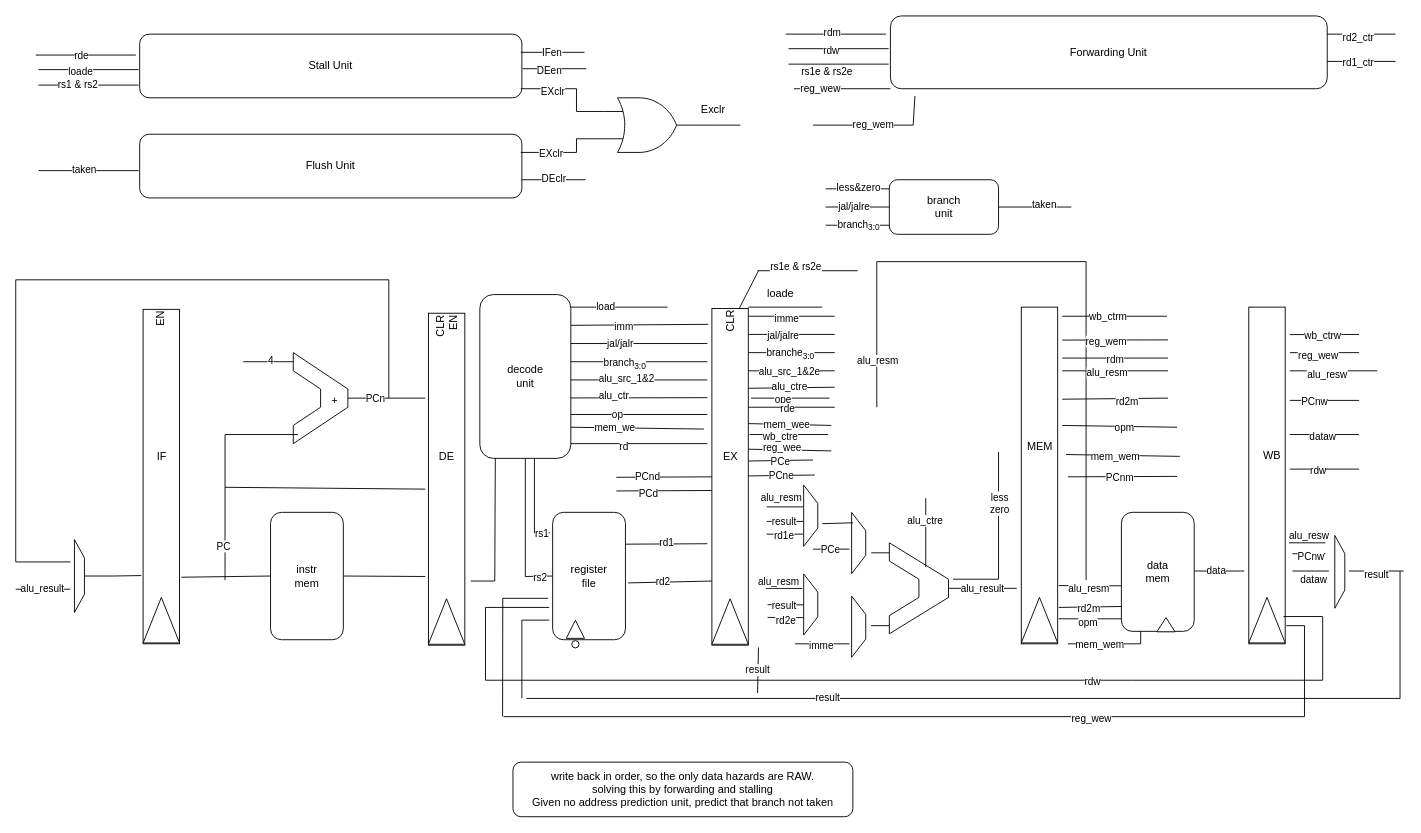
The draw.io diagram Schematic.drawio in kanosukii/rvcore_5stages, before the edit. Source tidied: cells renumbered, new cells numbered last; positions are measured from the earlier drawing's top-left corner, leaving out a move shared by most shapes. Both pictures are drawn from the tidied source at 91%, with x=0, y=0 at pixel (-6, 15).
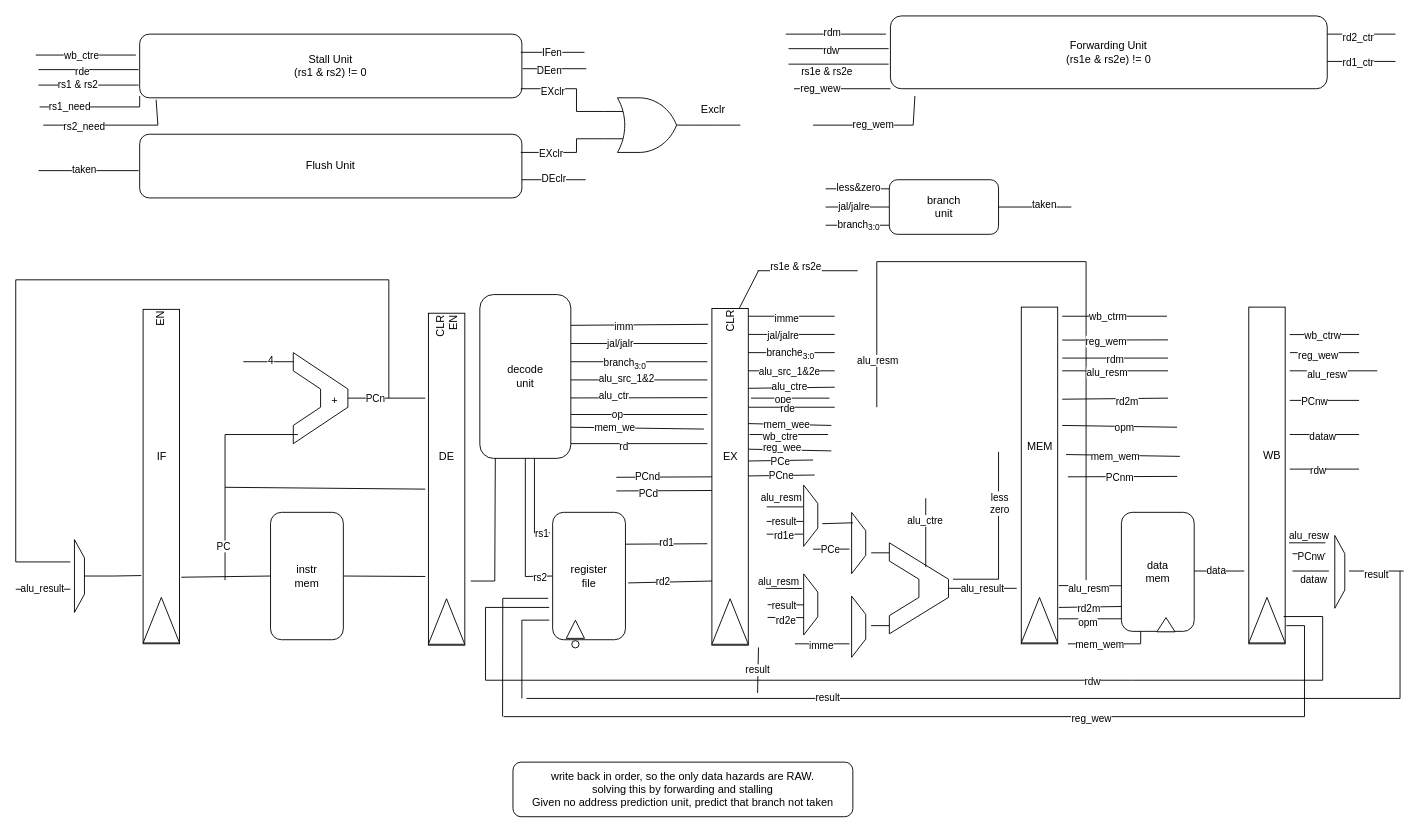
The same page after the edit.

Unchanged cells that the change refers to:
```xml
<mxCell id="214" style="endArrow=none;html=1;rounded=0;" parent="1" edge="1">
  <mxGeometry relative="1" as="geometry">
    <mxPoint x="45.8" y="43" as="sourcePoint" />
    <mxPoint x="155.8" y="43" as="targetPoint" />
  </mxGeometry>
</mxCell>
<mxCell id="216" style="endArrow=none;html=1;rounded=0;" parent="1" edge="1">
  <mxGeometry relative="1" as="geometry">
    <mxPoint x="48.8" y="59" as="sourcePoint" />
    <mxPoint x="158.8" y="59" as="targetPoint" />
  </mxGeometry>
</mxCell>
```

Diff of the diagram source:
```diff
@@
-    <mxCell id="202" value="Forwarding Unit" style="rounded=1;whiteSpace=wrap;html=1;" parent="1" vertex="1">
+    <mxCell id="202" value="Forwarding Unit&lt;div&gt;(rs1e &amp;amp; rs2e) != 0&lt;/div&gt;" style="rounded=1;whiteSpace=wrap;html=1;" parent="1" vertex="1">
       <mxGeometry x="985" width="480" height="80" as="geometry" />
     </mxCell>
-    <mxCell id="203" value="Stall Unit" style="rounded=1;whiteSpace=wrap;html=1;" parent="1" vertex="1">
+    <mxCell id="203" value="Stall Unit&lt;div&gt;(rs1 &amp;amp; rs2) != 0&lt;/div&gt;" style="rounded=1;whiteSpace=wrap;html=1;" parent="1" vertex="1">
       <mxGeometry x="160" y="20" width="420" height="70" as="geometry" />
     </mxCell>
@@
-    <mxCell id="215" value="rde" style="edgeLabel;html=1;align=center;verticalAlign=middle;" parent="214" vertex="1">
+    <mxCell id="215" value="wb_ctre" style="edgeLabel;html=1;align=center;verticalAlign=middle;" parent="214" vertex="1">
       <mxGeometry x="-0.1" relative="1" as="geometry" />
     </mxCell>
@@
-    <mxCell id="217" value="loade" style="edgeLabel;html=1;align=center;verticalAlign=middle;" parent="216" vertex="1">
-      <mxGeometry x="-0.34" y="-1" relative="1" as="geometry">
-        <mxPoint x="10" as="offset" />
-      </mxGeometry>
-    </mxCell>
+    <mxCell id="247" value="rde" style="edgeLabel;html=1;align=center;verticalAlign=middle;" parent="216" vertex="1">
+      <mxGeometry x="-0.12" y="-4" relative="1" as="geometry">
+        <mxPoint y="-3" as="offset" />
+      </mxGeometry>
+    </mxCell>
@@
-    <mxCell id="223" style="endArrow=none;html=1;rounded=0;" parent="1" edge="1">
-      <mxGeometry relative="1" as="geometry">
-        <mxPoint x="633.8" y="320" as="sourcePoint" />
-        <mxPoint x="740" y="320" as="targetPoint" />
-      </mxGeometry>
-    </mxCell>
-    <mxCell id="224" value="load" style="edgeLabel;html=1;align=center;verticalAlign=middle;" parent="223" vertex="1">
-      <mxGeometry x="-0.28" y="1" relative="1" as="geometry" />
-    </mxCell>
-    <mxCell id="225" style="endArrow=none;html=1;rounded=0;" parent="1" edge="1">
-      <mxGeometry relative="1" as="geometry">
-        <mxPoint x="828.8" y="320" as="sourcePoint" />
-        <mxPoint x="910" y="320" as="targetPoint" />
-      </mxGeometry>
-    </mxCell>
-    <mxCell id="226" value="loade" style="text;html=1;align=center;verticalAlign=middle;strokeColor=none;fillColor=none;" parent="1" vertex="1">
-      <mxGeometry x="839" y="290" width="50" height="30" as="geometry" />
-    </mxCell>
@@
+    <mxCell id="248" style="endArrow=none;html=1;rounded=0;" parent="1" edge="1">
+      <mxGeometry relative="1" as="geometry">
+        <mxPoint x="50" y="100" as="sourcePoint" />
+        <mxPoint x="160" y="88" as="targetPoint" />
+        <Array as="points">
+          <mxPoint x="160" y="100" />
+        </Array>
+      </mxGeometry>
+    </mxCell>
+    <mxCell id="249" value="rs1_need" style="edgeLabel;html=1;align=center;verticalAlign=middle;" parent="248" vertex="1">
+      <mxGeometry x="-0.48" y="1" relative="1" as="geometry" />
+    </mxCell>
+    <mxCell id="250" style="endArrow=none;html=1;rounded=0;entryX=0.043;entryY=1.029;entryDx=0;entryDy=0;entryPerimeter=0;" parent="1" edge="1" target="203">
+      <mxGeometry relative="1" as="geometry">
+        <mxPoint x="54" y="120" as="sourcePoint" />
+        <Array as="points">
+          <mxPoint x="180" y="120" />
+        </Array>
+      </mxGeometry>
+    </mxCell>
+    <mxCell id="251" value="rs2_need" style="edgeLabel;html=1;align=center;verticalAlign=middle;" parent="250" vertex="1">
+      <mxGeometry x="-0.43" y="-1" relative="1" as="geometry" />
+    </mxCell>
```
